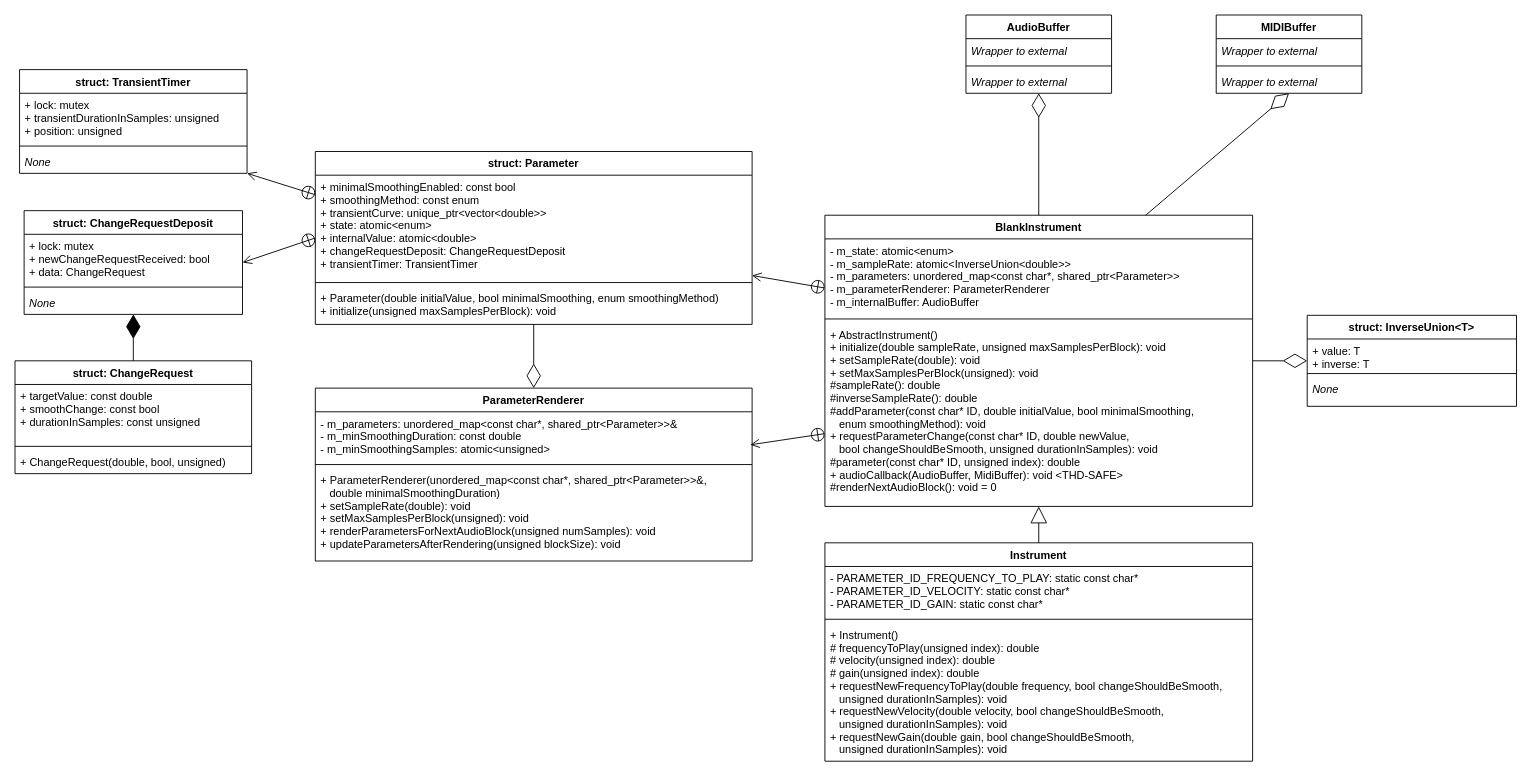
ANGLE-Studios/ANGLECORE keeps this draw.io diagram as source/core/instrument/_design/Instrument.drawio. Above is the earlier version. Source tidied: cells renumbered, new cells numbered last; positions are measured from the earlier drawing's top-left corner, leaving out a move shared by most shapes. Both pictures are drawn from the tidied source at 91%, with x=0, y=0 at pixel (15, 15).
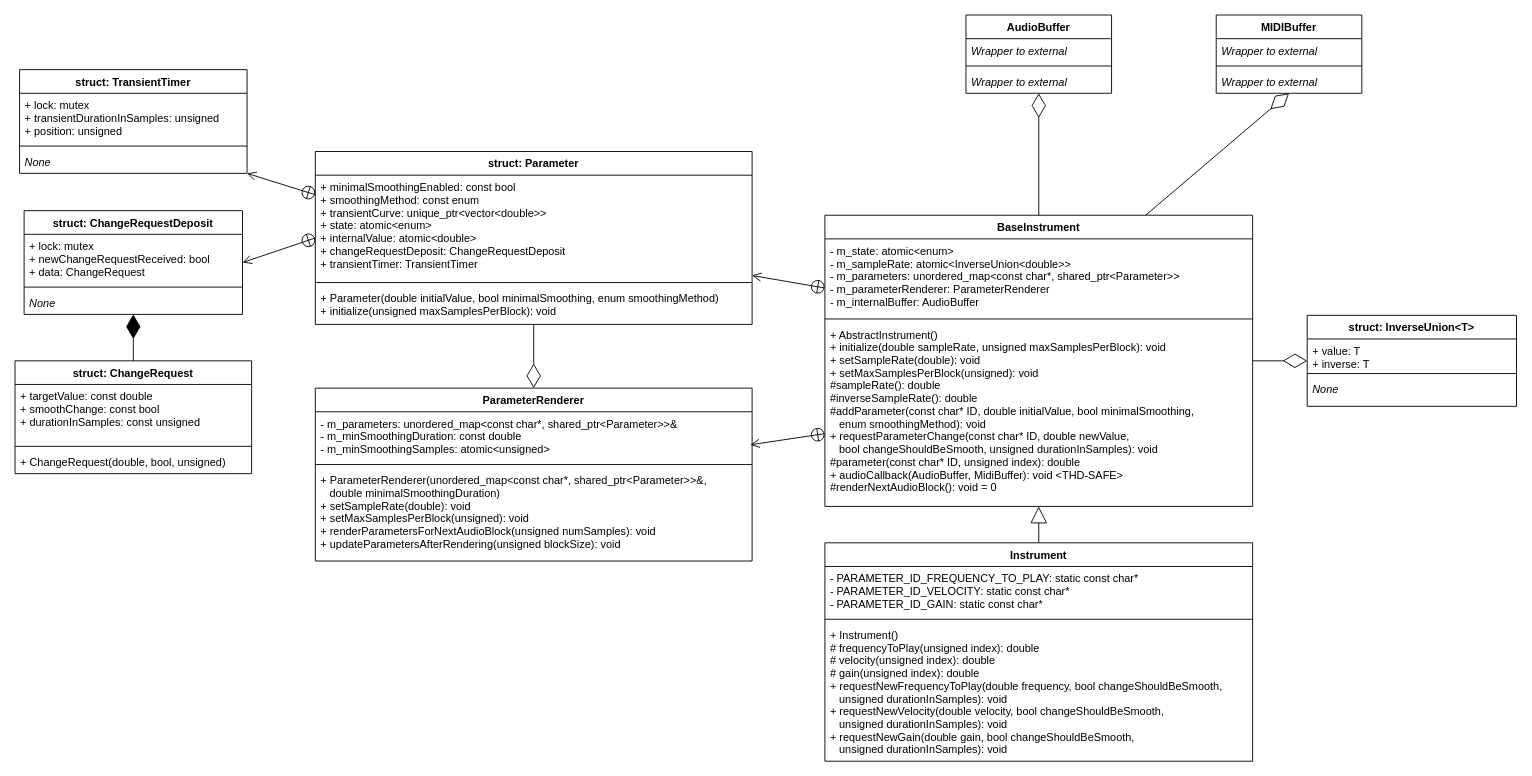
After the change.

Commit message (it also covers changes not shown here):
Renamed BlankInstrument into BaseInstrument

Change to the diagram source:
```diff
@@
-    <mxCell id="2" value="BlankInstrument" style="swimlane;fontStyle=1;align=center;verticalAlign=top;horizontal=1;startSize=26;swimlaneLine=1;shadow=0;" parent="1" vertex="1">
+    <mxCell id="2" value="BaseInstrument" style="swimlane;fontStyle=1;align=center;verticalAlign=top;horizontal=1;startSize=26;swimlaneLine=1;shadow=0;" parent="1" vertex="1">
       <mxGeometry x="890" y="220" width="470" height="320" as="geometry" />
     </mxCell>
```
